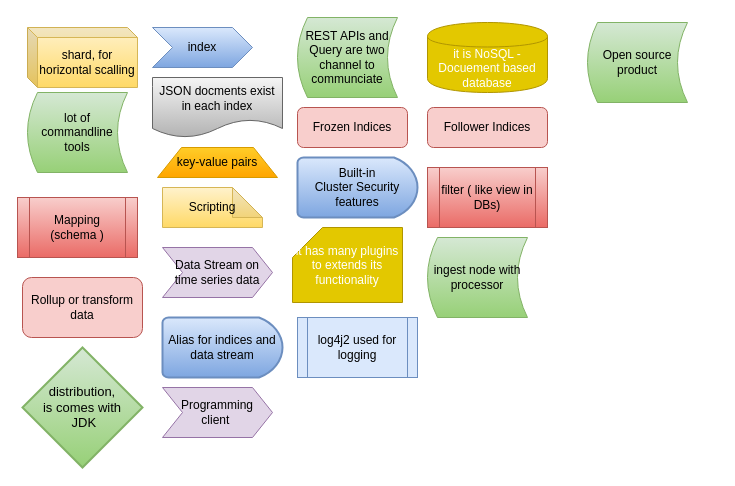
The draw.io diagram page "ES-General" (1 of 9) of My Articles/elastic stack/Elastic Search Understanding.drawio in paramothers/books, before the edit. Source tidied: cells renumbered, new cells numbered last; positions are measured from the earlier drawing's top-left corner, leaving out a move shared by most shapes. Both pictures are drawn from the tidied source at 100%, with x=0, y=0 at pixel (17, 17).
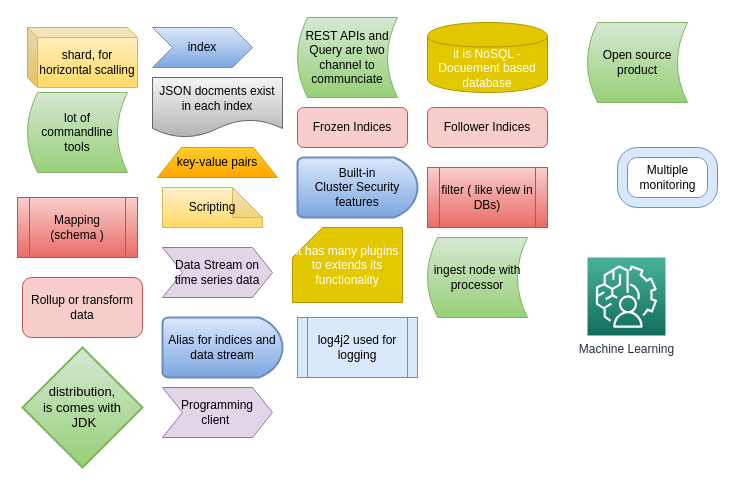
The same page after the edit.

What changed in the source:
```diff
@@
+    <mxCell id="24" style="verticalLabelPosition=bottom;verticalAlign=top;html=1;shape=mxgraph.basic.rounded_frame;dx=10;fillColor=#dae8fc;strokeColor=#6c8ebf;" parent="1" vertex="1">
+      <mxGeometry x="600" y="130" width="100" height="60" as="geometry" />
+    </mxCell>
+    <mxCell id="25" value="Multiple &lt;br&gt;monitoring" style="text;html=1;align=center;verticalAlign=middle;" parent="1" vertex="1">
+      <mxGeometry x="615" y="145" width="70" height="30" as="geometry" />
+    </mxCell>
+    <mxCell id="26" value="Machine Learning" style="fontColor=#232F3E;gradientColor=#4AB29A;gradientDirection=north;fillColor=#116D5B;strokeColor=#ffffff;dashed=0;verticalLabelPosition=bottom;verticalAlign=top;align=center;html=1;fontSize=12;fontStyle=0;shape=mxgraph.aws4.resourceIcon;resIcon=mxgraph.aws4.augmented_ai;" parent="1" vertex="1">
+      <mxGeometry x="570" y="240" width="78" height="78" as="geometry" />
+    </mxCell>
```
